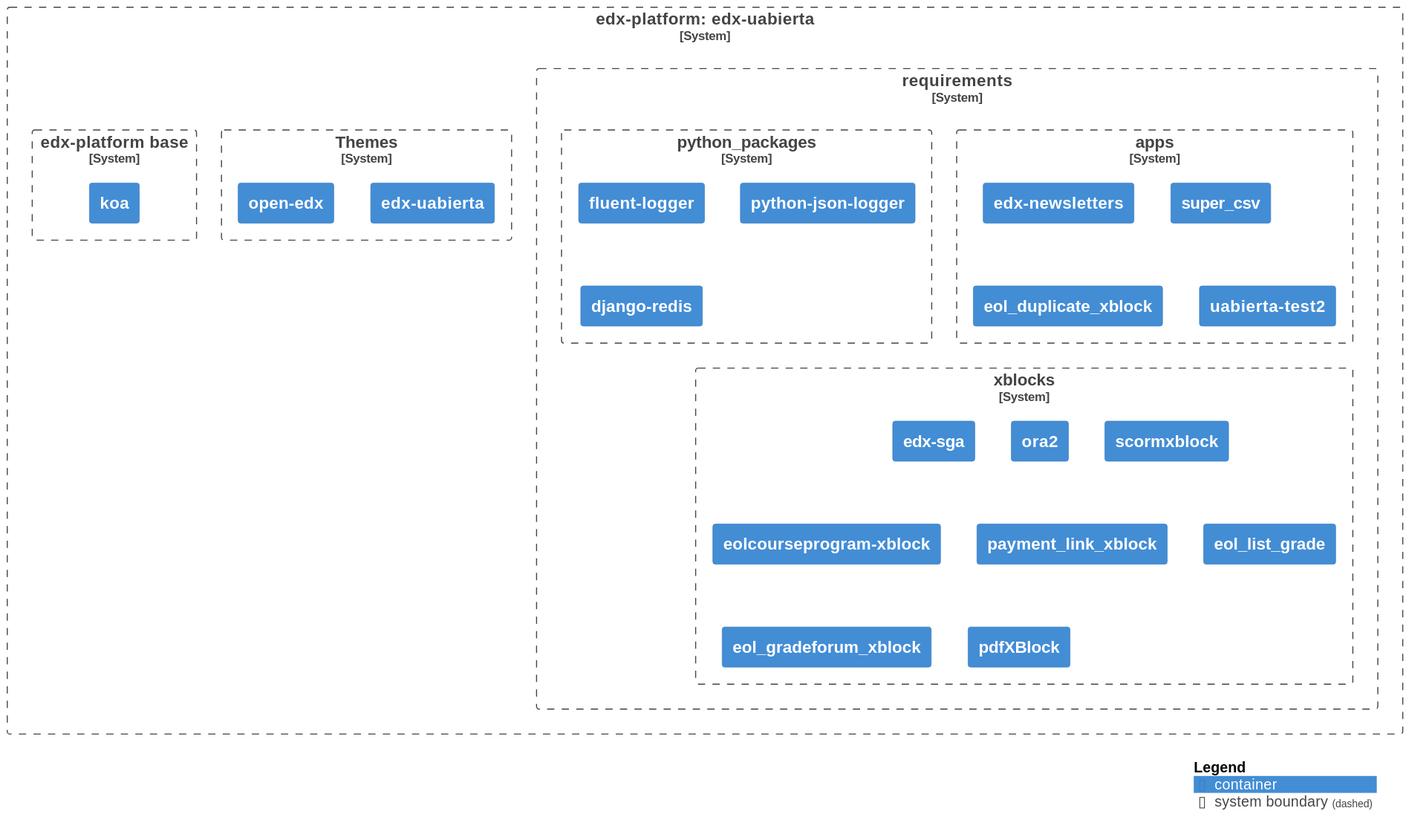
Before: diagrams/diagram.svg, a diagram exported from PlantUML (eol-uchile/edx-uabierta).
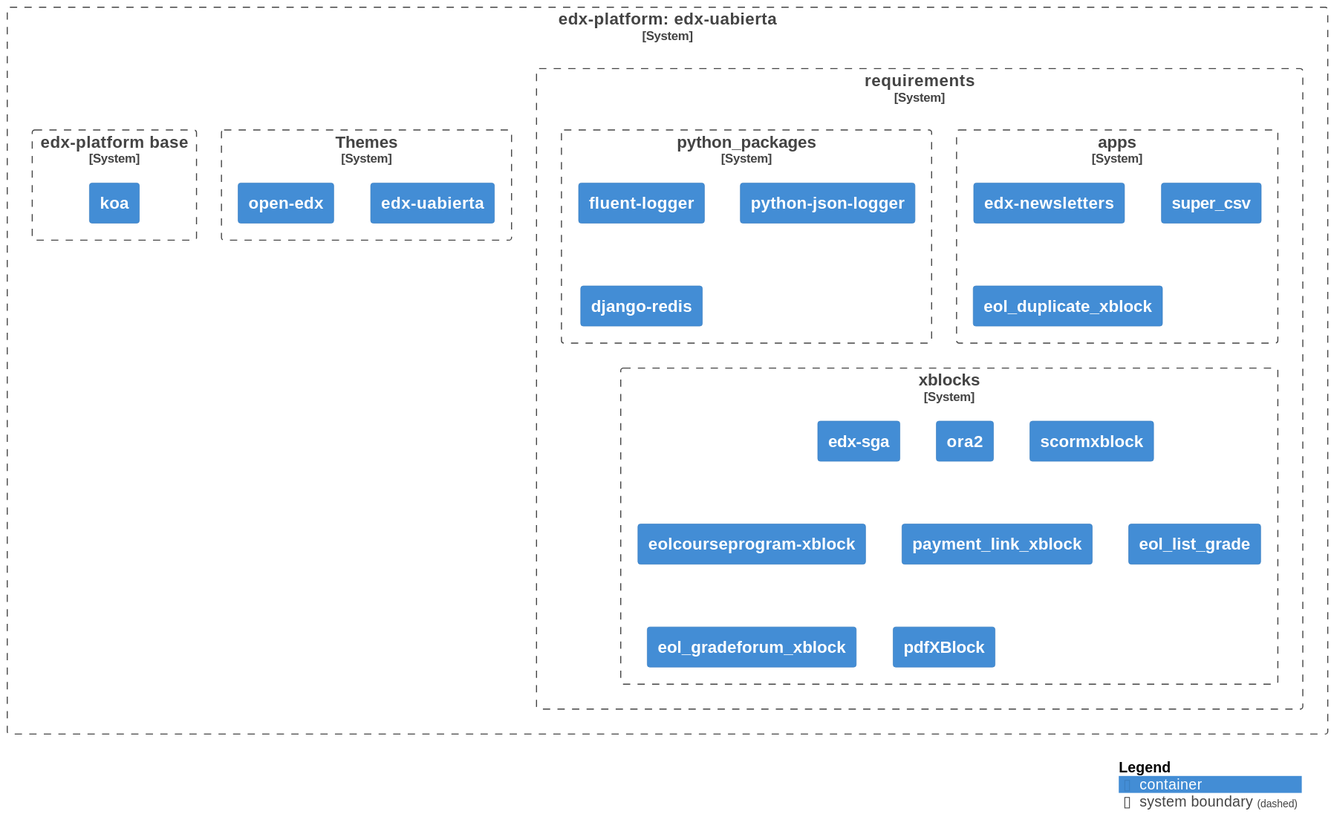
Later version of the same file.

Commit message:
Auto-generate UML diagram

The edit, as a diff of the source:
```diff
@@ -14,8 +14,6 @@
                 Container(apps2, "super_csv", $link="https://github.com/eol-uchile/super-csv.git")
 
                 Container(apps3, "eol_duplicate_xblock", $link="https://github.com/eol-uchile/eol_duplicate_xblock")
-
-                Container(apps4, "uabierta-test2", $link="https://github.com/eol-uchile/uabierta-test2")
 
             }
 
```
